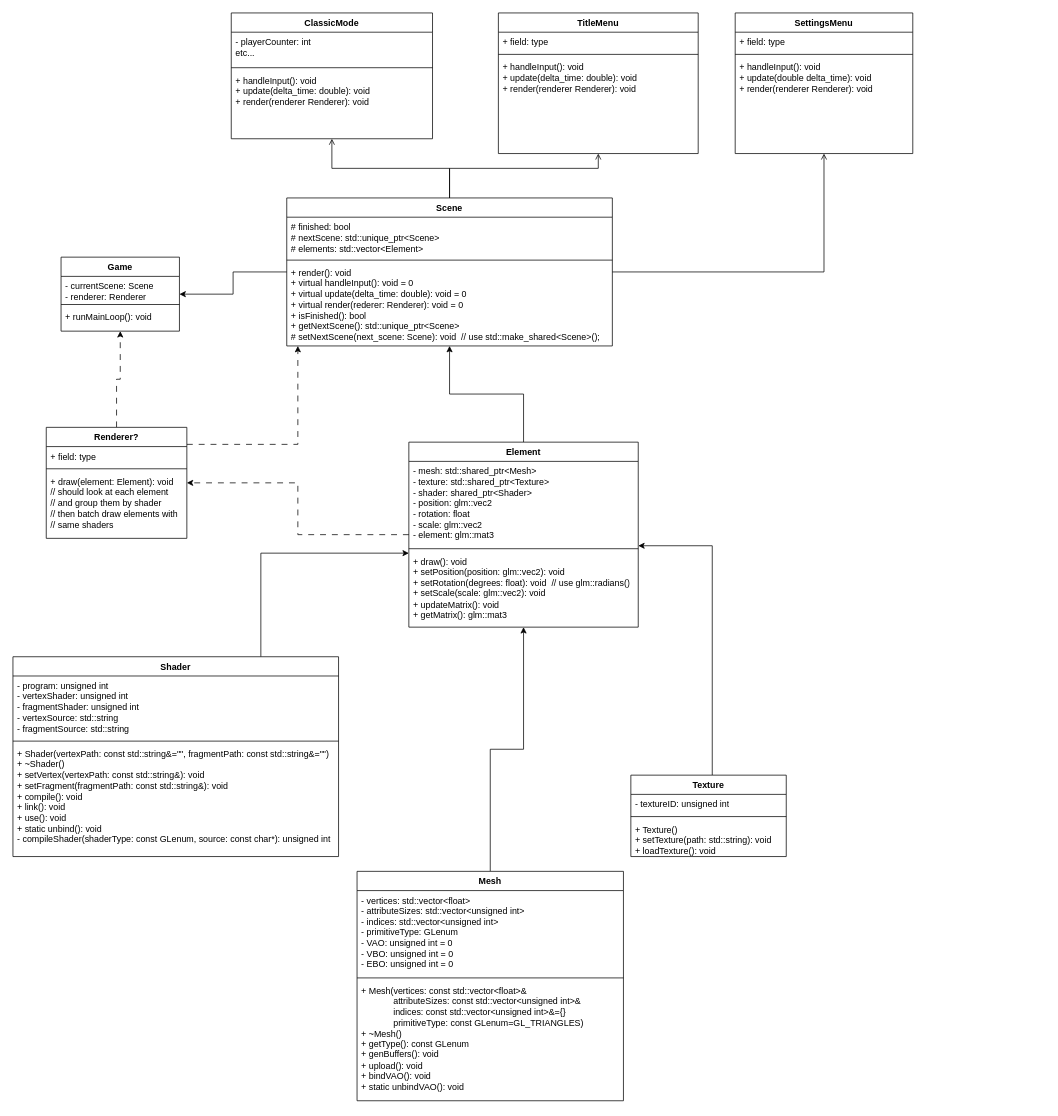
This is design/scenesUML.drawio from drussillo/PoliticalPartyParty, a draw.io file, before an edit. Source tidied: cells renumbered, new cells numbered last; positions are measured from the earlier drawing's top-left corner, leaving out a move shared by most shapes. Both pictures are drawn from the tidied source at 74%, with x=0, y=0 at pixel (13, 13).
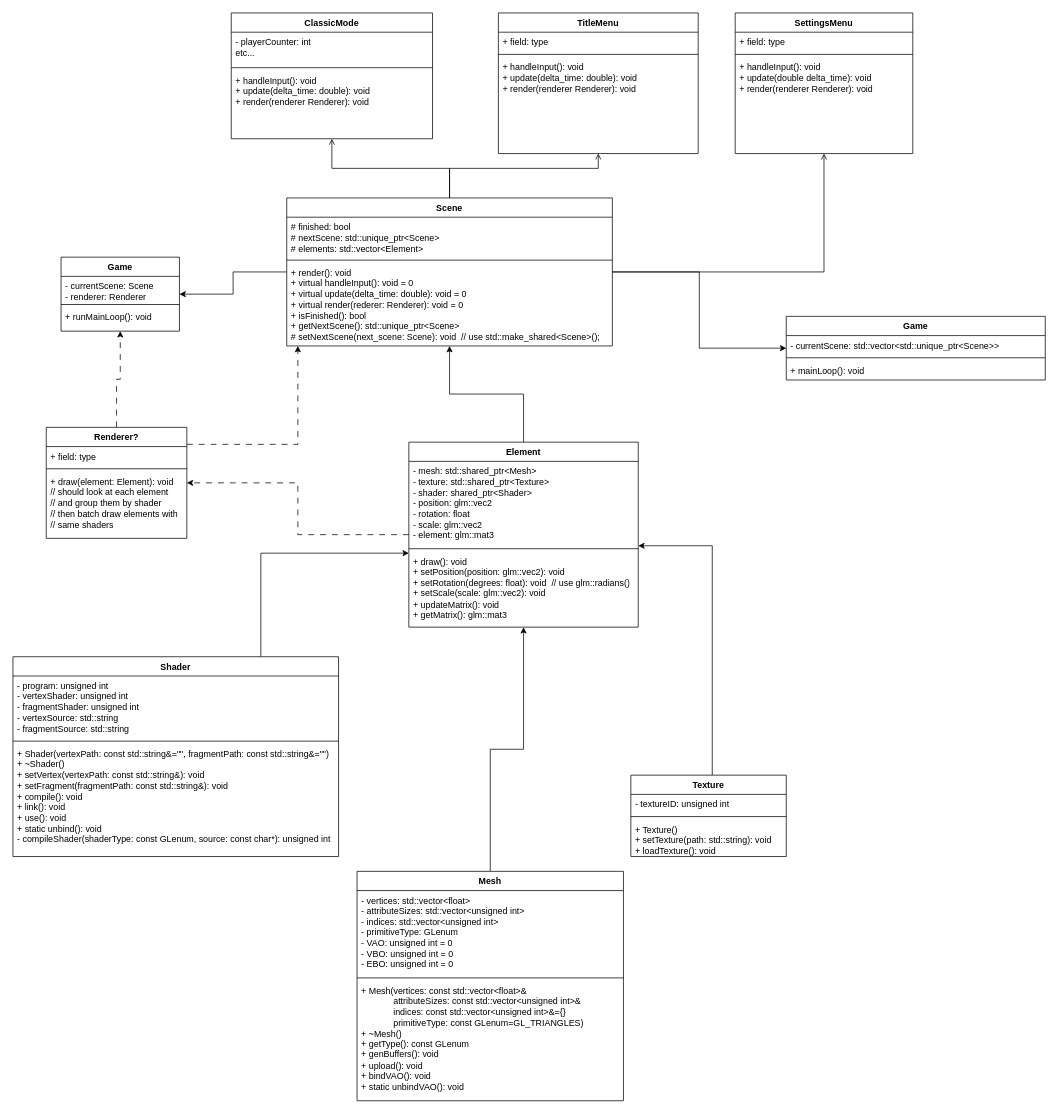
After the change.

Commit message (it also covers changes not shown here):
Added Game class to scenesUML

Unchanged cells that the change refers to:
```xml
<mxCell id="27" value="Scene" style="swimlane;fontStyle=1;align=center;verticalAlign=top;horizontal=1;startSize=26;whiteSpace=wrap;html=1;" parent="1" vertex="1">
  <mxGeometry x="370" y="250" width="440" height="200" as="geometry" />
</mxCell>
```

The edit, as a diff of the source:
```diff
@@
+    <mxCell id="53" style="edgeStyle=orthogonalEdgeStyle;rounded=0;jettySize=auto;html=1;" parent="1" edge="1" source="27" target="54">
+      <mxGeometry relative="1" as="geometry" />
+    </mxCell>
@@
+    <mxCell id="54" value="Game" style="swimlane;fontStyle=1;align=center;verticalAlign=top;horizontal=1;startSize=26;whiteSpace=wrap;html=1;" parent="1" vertex="1">
+      <mxGeometry x="1045" y="410" width="350" height="86" as="geometry" />
+    </mxCell>
+    <mxCell id="55" value="- currentScene: std::vector&amp;lt;std::unique_ptr&amp;lt;Scene&amp;gt;&amp;gt;" style="text;strokeColor=none;fillColor=none;align=left;verticalAlign=top;spacingLeft=4;spacingRight=4;overflow=hidden;whiteSpace=wrap;html=1;" parent="54" vertex="1">
+      <mxGeometry y="26" width="350" height="26" as="geometry" />
+    </mxCell>
+    <mxCell id="56" style="line;strokeWidth=1;fillColor=none;align=left;verticalAlign=middle;spacingTop=-1;spacingLeft=3;spacingRight=3;labelPosition=right;strokeColor=inherit;" parent="54" vertex="1">
+      <mxGeometry y="52" width="350" height="8" as="geometry" />
+    </mxCell>
+    <mxCell id="57" value="+ mainLoop(): void" style="text;strokeColor=none;fillColor=none;align=left;verticalAlign=top;spacingLeft=4;spacingRight=4;overflow=hidden;whiteSpace=wrap;html=1;" parent="54" vertex="1">
+      <mxGeometry y="60" width="350" height="26" as="geometry" />
+    </mxCell>
```
